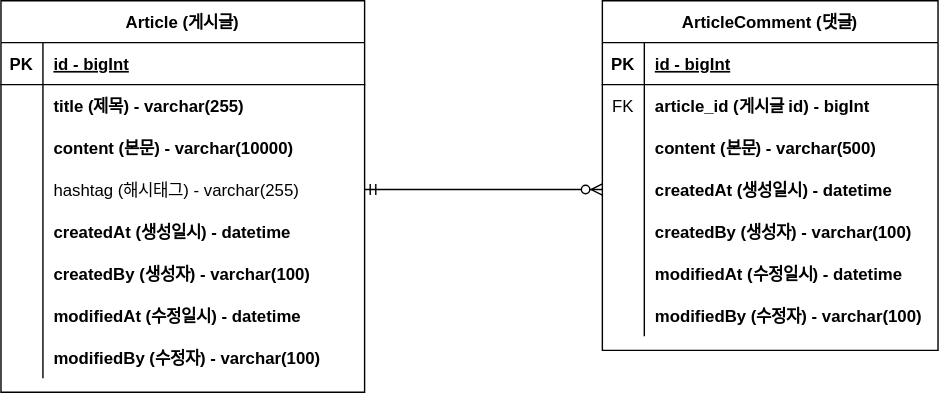
The draw.io diagram document/project-board-erd.drawio.svg in ellaCoo/project-board-fc, before a commit. Source tidied: cells renumbered, new cells last; positions are measured from the earlier drawing's top-left corner, leaving out a move shared by most shapes.
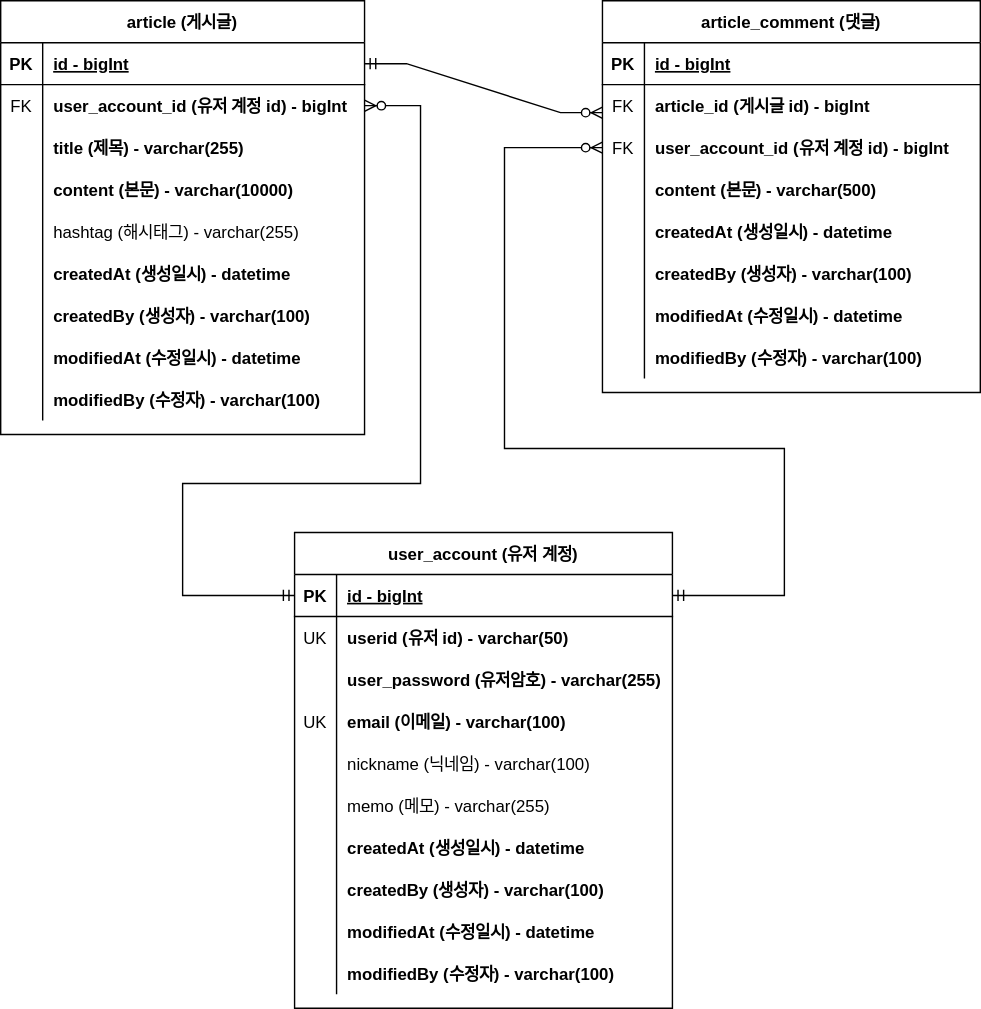
The same diagram one commit later.

Commit message:
#33 - erd 업데이트: 회원 계정 도메인의 이메일에 유니크 키 추가

What changed in the source:
```diff
@@ -4,4 +4,4 @@
     <mxCell id="1" parent="0" />
-    <mxCell id="2" value="Article (게시글)" style="shape=table;startSize=30;rowLines=0;fontStyle=1;align=center;" parent="1" vertex="1">
-      <mxGeometry width="260" height="280" as="geometry" />
+    <mxCell id="2" value="article (게시글)" style="shape=table;startSize=30;rowLines=0;fontStyle=1;align=center;" parent="1" vertex="1">
+      <mxGeometry width="260" height="310" as="geometry" />
     </mxCell>
@@ -19,10 +19,19 @@
     </mxCell>
-    <mxCell id="7" style="shape=partialRectangle;overflow=hidden;fillColor=none;top=0;left=0;bottom=0;right=0;" parent="6" vertex="1">
+    <mxCell id="7" value="FK" style="shape=partialRectangle;overflow=hidden;fillColor=none;top=0;left=0;bottom=0;right=0;" parent="6" vertex="1">
       <mxGeometry width="30" height="30" as="geometry" />
     </mxCell>
-    <mxCell id="8" value="title (제목) - varchar(255)" style="shape=partialRectangle;overflow=hidden;fillColor=none;top=0;left=0;bottom=0;right=0;align=left;spacingLeft=6;fontStyle=1;" parent="6" vertex="1">
+    <mxCell id="8" value="user_account_id (유저 계정 id) - bigInt" style="shape=partialRectangle;overflow=hidden;fillColor=none;top=0;left=0;bottom=0;right=0;align=left;spacingLeft=6;fontStyle=1;" parent="6" vertex="1">
       <mxGeometry x="30" width="230" height="30" as="geometry" />
     </mxCell>
+    <mxCell id="50" style="shape=partialRectangle;fillColor=none;top=0;left=0;right=0;bottom=0;" parent="2" vertex="1">
+      <mxGeometry y="90" width="260" height="30" as="geometry" />
+    </mxCell>
+    <mxCell id="51" style="shape=partialRectangle;overflow=hidden;fillColor=none;top=0;left=0;bottom=0;right=0;" parent="50" vertex="1">
+      <mxGeometry width="30" height="30" as="geometry" />
+    </mxCell>
+    <mxCell id="52" value="title (제목) - varchar(255)" style="shape=partialRectangle;overflow=hidden;fillColor=none;top=0;left=0;bottom=0;right=0;align=left;spacingLeft=6;fontStyle=1;" parent="50" vertex="1">
+      <mxGeometry x="30" width="230" height="30" as="geometry" />
+    </mxCell>
     <mxCell id="9" style="shape=partialRectangle;fillColor=none;top=0;left=0;right=0;bottom=0;" parent="2" vertex="1">
-      <mxGeometry y="90" width="260" height="30" as="geometry" />
+      <mxGeometry y="120" width="260" height="30" as="geometry" />
     </mxCell>
@@ -35,3 +44,3 @@
     <mxCell id="12" style="shape=partialRectangle;fillColor=none;points=[[0,0.5],[1,0.5]];portConstraint=eastwest;top=0;left=0;right=0;bottom=0;" parent="2" vertex="1">
-      <mxGeometry y="120" width="260" height="30" as="geometry" />
+      <mxGeometry y="150" width="260" height="30" as="geometry" />
     </mxCell>
@@ -44,3 +53,3 @@
     <mxCell id="15" style="shape=partialRectangle;fillColor=none;top=0;left=0;right=0;bottom=0;" parent="2" vertex="1">
-      <mxGeometry y="150" width="260" height="30" as="geometry" />
+      <mxGeometry y="180" width="260" height="30" as="geometry" />
     </mxCell>
@@ -53,3 +62,3 @@
     <mxCell id="18" style="shape=partialRectangle;fillColor=none;top=0;left=0;right=0;bottom=0;" parent="2" vertex="1">
-      <mxGeometry y="180" width="260" height="30" as="geometry" />
+      <mxGeometry y="210" width="260" height="30" as="geometry" />
     </mxCell>
@@ -62,3 +71,3 @@
     <mxCell id="21" style="shape=partialRectangle;fillColor=none;top=0;left=0;right=0;bottom=0;" parent="2" vertex="1">
-      <mxGeometry y="210" width="260" height="30" as="geometry" />
+      <mxGeometry y="240" width="260" height="30" as="geometry" />
     </mxCell>
@@ -71,3 +80,3 @@
     <mxCell id="24" style="shape=partialRectangle;fillColor=none;top=0;left=0;right=0;bottom=0;" parent="2" vertex="1">
-      <mxGeometry y="240" width="260" height="30" as="geometry" />
+      <mxGeometry y="270" width="260" height="30" as="geometry" />
     </mxCell>
@@ -79,7 +88,7 @@
     </mxCell>
-    <mxCell id="27" value="ArticleComment (댓글)" style="shape=table;startSize=30;rowLines=0;fontStyle=1;align=center;" parent="1" vertex="1">
-      <mxGeometry x="430" width="240" height="250" as="geometry" />
+    <mxCell id="27" value="article_comment (댓글)" style="shape=table;startSize=30;rowLines=0;fontStyle=1;align=center;" parent="1" vertex="1">
+      <mxGeometry x="430" width="270" height="280" as="geometry" />
     </mxCell>
     <mxCell id="28" style="shape=partialRectangle;fillColor=none;top=0;left=0;right=0;bottom=1;" parent="27" vertex="1">
-      <mxGeometry y="30" width="240" height="30" as="geometry" />
+      <mxGeometry y="30" width="270" height="30" as="geometry" />
     </mxCell>
@@ -89,6 +98,6 @@
     <mxCell id="30" value="id - bigInt" style="shape=partialRectangle;overflow=hidden;fillColor=none;top=0;left=0;bottom=0;right=0;align=left;spacingLeft=6;fontStyle=5;" parent="28" vertex="1">
-      <mxGeometry x="30" width="210" height="30" as="geometry" />
+      <mxGeometry x="30" width="240" height="30" as="geometry" />
     </mxCell>
     <mxCell id="31" style="shape=partialRectangle;fillColor=none;top=0;left=0;right=0;bottom=0;" parent="27" vertex="1">
-      <mxGeometry y="60" width="240" height="30" as="geometry" />
+      <mxGeometry y="60" width="270" height="30" as="geometry" />
     </mxCell>
@@ -98,6 +107,15 @@
     <mxCell id="33" value="article_id (게시글 id) - bigInt" style="shape=partialRectangle;overflow=hidden;fillColor=none;top=0;left=0;bottom=0;right=0;align=left;spacingLeft=6;fontStyle=1;" parent="31" vertex="1">
-      <mxGeometry x="30" width="210" height="30" as="geometry" />
+      <mxGeometry x="30" width="240" height="30" as="geometry" />
     </mxCell>
+    <mxCell id="53" style="shape=partialRectangle;fillColor=none;points=[[0,0.5],[1,0.5]];portConstraint=eastwest;top=0;left=0;right=0;bottom=0;" parent="27" vertex="1">
+      <mxGeometry y="90" width="270" height="30" as="geometry" />
+    </mxCell>
+    <mxCell id="54" value="FK" style="shape=partialRectangle;overflow=hidden;fillColor=none;top=0;left=0;bottom=0;right=0;" parent="53" vertex="1">
+      <mxGeometry width="30" height="30" as="geometry" />
+    </mxCell>
+    <mxCell id="55" value="user_account_id (유저 계정 id) - bigInt" style="shape=partialRectangle;overflow=hidden;fillColor=none;top=0;left=0;bottom=0;right=0;align=left;spacingLeft=6;fontStyle=1;" parent="53" vertex="1">
+      <mxGeometry x="30" width="240" height="30" as="geometry" />
+    </mxCell>
     <mxCell id="34" style="shape=partialRectangle;fillColor=none;top=0;left=0;right=0;bottom=0;" parent="27" vertex="1">
-      <mxGeometry y="90" width="240" height="30" as="geometry" />
+      <mxGeometry y="120" width="270" height="30" as="geometry" />
     </mxCell>
@@ -107,6 +125,6 @@
     <mxCell id="36" value="content (본문) - varchar(500)" style="shape=partialRectangle;overflow=hidden;fillColor=none;top=0;left=0;bottom=0;right=0;align=left;spacingLeft=6;fontStyle=1;" parent="34" vertex="1">
-      <mxGeometry x="30" width="210" height="30" as="geometry" />
+      <mxGeometry x="30" width="240" height="30" as="geometry" />
     </mxCell>
     <mxCell id="37" style="shape=partialRectangle;fillColor=none;points=[[0,0.5],[1,0.5]];portConstraint=eastwest;top=0;left=0;right=0;bottom=0;" parent="27" vertex="1">
-      <mxGeometry y="120" width="240" height="30" as="geometry" />
+      <mxGeometry y="150" width="270" height="30" as="geometry" />
     </mxCell>
@@ -116,6 +134,6 @@
     <mxCell id="39" value="createdAt (생성일시) - datetime" style="shape=partialRectangle;overflow=hidden;fillColor=none;top=0;left=0;bottom=0;right=0;align=left;spacingLeft=6;fontStyle=1;" parent="37" vertex="1">
-      <mxGeometry x="30" width="210" height="30" as="geometry" />
+      <mxGeometry x="30" width="240" height="30" as="geometry" />
     </mxCell>
     <mxCell id="40" style="shape=partialRectangle;fillColor=none;top=0;left=0;right=0;bottom=0;" parent="27" vertex="1">
-      <mxGeometry y="150" width="240" height="30" as="geometry" />
+      <mxGeometry y="180" width="270" height="30" as="geometry" />
     </mxCell>
@@ -125,6 +143,6 @@
     <mxCell id="42" value="createdBy (생성자) - varchar(100)" style="shape=partialRectangle;overflow=hidden;fillColor=none;top=0;left=0;bottom=0;right=0;align=left;spacingLeft=6;fontStyle=1;" parent="40" vertex="1">
-      <mxGeometry x="30" width="210" height="30" as="geometry" />
+      <mxGeometry x="30" width="240" height="30" as="geometry" />
     </mxCell>
     <mxCell id="43" style="shape=partialRectangle;fillColor=none;top=0;left=0;right=0;bottom=0;" parent="27" vertex="1">
-      <mxGeometry y="180" width="240" height="30" as="geometry" />
+      <mxGeometry y="210" width="270" height="30" as="geometry" />
     </mxCell>
@@ -134,6 +152,6 @@
     <mxCell id="45" value="modifiedAt (수정일시) - datetime" style="shape=partialRectangle;overflow=hidden;fillColor=none;top=0;left=0;bottom=0;right=0;align=left;spacingLeft=6;fontStyle=1;" parent="43" vertex="1">
-      <mxGeometry x="30" width="210" height="30" as="geometry" />
+      <mxGeometry x="30" width="240" height="30" as="geometry" />
     </mxCell>
     <mxCell id="46" style="shape=partialRectangle;fillColor=none;top=0;left=0;right=0;bottom=0;" parent="27" vertex="1">
-      <mxGeometry y="210" width="240" height="30" as="geometry" />
+      <mxGeometry y="240" width="270" height="30" as="geometry" />
     </mxCell>
@@ -143,9 +161,10 @@
     <mxCell id="48" value="modifiedBy (수정자) - varchar(100)" style="shape=partialRectangle;overflow=hidden;fillColor=none;top=0;left=0;bottom=0;right=0;align=left;spacingLeft=6;fontStyle=1;" parent="46" vertex="1">
-      <mxGeometry x="30" width="210" height="30" as="geometry" />
+      <mxGeometry x="30" width="240" height="30" as="geometry" />
     </mxCell>
-    <mxCell id="49" style="edgeStyle=entityRelationEdgeStyle;fontSize=12;html=1;endArrow=ERzeroToMany;startArrow=ERmandOne;rounded=0;exitX=1;exitY=0.5;exitDx=0;exitDy=0;entryX=0;entryY=0.5;entryDx=0;entryDy=0;" parent="1" edge="1" source="12" target="37">
+    <mxCell id="49" style="edgeStyle=entityRelationEdgeStyle;fontSize=12;html=1;endArrow=ERzeroToMany;startArrow=ERmandOne;rounded=0;exitX=1;exitY=0.5;exitDx=0;exitDy=0;entryX=0;entryY=0.5;entryDx=0;entryDy=0;" parent="1" edge="1" source="3">
       <mxGeometry relative="1" as="geometry">
+        <mxPoint x="430" y="80" as="targetPoint" />
         <Array as="points">
-          <mxPoint x="430" y="135" />
-          <mxPoint x="430" y="200" />
+          <mxPoint x="430" y="50" />
+          <mxPoint x="430" y="115" />
         </Array>
@@ -153,2 +172,115 @@
     </mxCell>
+    <mxCell id="56" value="user_account (유저 계정)" style="shape=table;startSize=30;rowLines=0;fontStyle=1;align=center;" parent="1" vertex="1">
+      <mxGeometry x="210" y="380" width="270" height="340" as="geometry" />
+    </mxCell>
+    <mxCell id="57" style="shape=partialRectangle;fillColor=none;points=[[0,0.5],[1,0.5]];portConstraint=eastwest;top=0;left=0;right=0;bottom=1;" parent="56" vertex="1">
+      <mxGeometry y="30" width="270" height="30" as="geometry" />
+    </mxCell>
+    <mxCell id="58" value="PK" style="shape=partialRectangle;overflow=hidden;fillColor=none;top=0;left=0;bottom=0;right=0;fontStyle=1;" parent="57" vertex="1">
+      <mxGeometry width="30" height="30" as="geometry" />
+    </mxCell>
+    <mxCell id="59" value="id - bigInt" style="shape=partialRectangle;overflow=hidden;fillColor=none;top=0;left=0;bottom=0;right=0;align=left;spacingLeft=6;fontStyle=5;" parent="57" vertex="1">
+      <mxGeometry x="30" width="240" height="30" as="geometry" />
+    </mxCell>
+    <mxCell id="60" style="shape=partialRectangle;fillColor=none;top=0;left=0;right=0;bottom=0;" parent="56" vertex="1">
+      <mxGeometry y="60" width="270" height="30" as="geometry" />
+    </mxCell>
+    <mxCell id="61" value="UK" style="shape=partialRectangle;overflow=hidden;fillColor=none;top=0;left=0;bottom=0;right=0;" parent="60" vertex="1">
+      <mxGeometry width="30" height="30" as="geometry" />
+    </mxCell>
+    <mxCell id="62" value="userid (유저 id) - varchar(50)" style="shape=partialRectangle;overflow=hidden;fillColor=none;top=0;left=0;bottom=0;right=0;align=left;spacingLeft=6;fontStyle=1;" parent="60" vertex="1">
+      <mxGeometry x="30" width="240" height="30" as="geometry" />
+    </mxCell>
+    <mxCell id="63" style="shape=partialRectangle;fillColor=none;top=0;left=0;right=0;bottom=0;" parent="56" vertex="1">
+      <mxGeometry y="90" width="270" height="30" as="geometry" />
+    </mxCell>
+    <mxCell id="64" style="shape=partialRectangle;overflow=hidden;fillColor=none;top=0;left=0;bottom=0;right=0;" parent="63" vertex="1">
+      <mxGeometry width="30" height="30" as="geometry" />
+    </mxCell>
+    <mxCell id="65" value="user_password (유저암호) - varchar(255)" style="shape=partialRectangle;overflow=hidden;fillColor=none;top=0;left=0;bottom=0;right=0;align=left;spacingLeft=6;fontStyle=1;" parent="63" vertex="1">
+      <mxGeometry x="30" width="240" height="30" as="geometry" />
+    </mxCell>
+    <mxCell id="66" style="shape=partialRectangle;fillColor=none;top=0;left=0;right=0;bottom=0;" parent="56" vertex="1">
+      <mxGeometry y="120" width="270" height="30" as="geometry" />
+    </mxCell>
+    <mxCell id="67" value="UK" style="shape=partialRectangle;overflow=hidden;fillColor=none;top=0;left=0;bottom=0;right=0;" parent="66" vertex="1">
+      <mxGeometry width="30" height="30" as="geometry" />
+    </mxCell>
+    <mxCell id="68" value="email (이메일) - varchar(100)" style="shape=partialRectangle;overflow=hidden;fillColor=none;top=0;left=0;bottom=0;right=0;align=left;spacingLeft=6;fontStyle=1;" parent="66" vertex="1">
+      <mxGeometry x="30" width="240" height="30" as="geometry" />
+    </mxCell>
+    <mxCell id="69" style="shape=partialRectangle;fillColor=none;top=0;left=0;right=0;bottom=0;" parent="56" vertex="1">
+      <mxGeometry y="150" width="270" height="30" as="geometry" />
+    </mxCell>
+    <mxCell id="70" style="shape=partialRectangle;overflow=hidden;fillColor=none;top=0;left=0;bottom=0;right=0;" parent="69" vertex="1">
+      <mxGeometry width="30" height="30" as="geometry" />
+    </mxCell>
+    <mxCell id="71" value="nickname (닉네임) - varchar(100)" style="shape=partialRectangle;overflow=hidden;fillColor=none;top=0;left=0;bottom=0;right=0;align=left;spacingLeft=6;fontStyle=0;" parent="69" vertex="1">
+      <mxGeometry x="30" width="240" height="30" as="geometry" />
+    </mxCell>
+    <mxCell id="72" style="shape=partialRectangle;fillColor=none;top=0;left=0;right=0;bottom=0;" parent="56" vertex="1">
+      <mxGeometry y="180" width="270" height="30" as="geometry" />
+    </mxCell>
+    <mxCell id="73" style="shape=partialRectangle;overflow=hidden;fillColor=none;top=0;left=0;bottom=0;right=0;" parent="72" vertex="1">
+      <mxGeometry width="30" height="30" as="geometry" />
+    </mxCell>
+    <mxCell id="74" value="memo (메모) - varchar(255)" style="shape=partialRectangle;overflow=hidden;fillColor=none;top=0;left=0;bottom=0;right=0;align=left;spacingLeft=6;fontStyle=0;" parent="72" vertex="1">
+      <mxGeometry x="30" width="240" height="30" as="geometry" />
+    </mxCell>
+    <mxCell id="75" style="shape=partialRectangle;fillColor=none;top=0;left=0;right=0;bottom=0;" parent="56" vertex="1">
+      <mxGeometry y="210" width="270" height="30" as="geometry" />
+    </mxCell>
+    <mxCell id="76" style="shape=partialRectangle;overflow=hidden;fillColor=none;top=0;left=0;bottom=0;right=0;" parent="75" vertex="1">
+      <mxGeometry width="30" height="30" as="geometry" />
+    </mxCell>
+    <mxCell id="77" value="createdAt (생성일시) - datetime" style="shape=partialRectangle;overflow=hidden;fillColor=none;top=0;left=0;bottom=0;right=0;align=left;spacingLeft=6;fontStyle=1;" parent="75" vertex="1">
+      <mxGeometry x="30" width="240" height="30" as="geometry" />
+    </mxCell>
+    <mxCell id="78" style="shape=partialRectangle;fillColor=none;top=0;left=0;right=0;bottom=0;" parent="56" vertex="1">
+      <mxGeometry y="240" width="270" height="30" as="geometry" />
+    </mxCell>
+    <mxCell id="79" value="    " style="shape=partialRectangle;overflow=hidden;fillColor=none;top=0;left=0;bottom=0;right=0;" parent="78" vertex="1">
+      <mxGeometry width="30" height="30" as="geometry" />
+    </mxCell>
+    <mxCell id="80" value="createdBy (생성자) - varchar(100)" style="shape=partialRectangle;overflow=hidden;fillColor=none;top=0;left=0;bottom=0;right=0;align=left;spacingLeft=6;fontStyle=1;" parent="78" vertex="1">
+      <mxGeometry x="30" width="240" height="30" as="geometry" />
+    </mxCell>
+    <mxCell id="81" style="shape=partialRectangle;fillColor=none;top=0;left=0;right=0;bottom=0;" parent="56" vertex="1">
+      <mxGeometry y="270" width="270" height="30" as="geometry" />
+    </mxCell>
+    <mxCell id="82" value="    " style="shape=partialRectangle;overflow=hidden;fillColor=none;top=0;left=0;bottom=0;right=0;" parent="81" vertex="1">
+      <mxGeometry width="30" height="30" as="geometry" />
+    </mxCell>
+    <mxCell id="83" value="modifiedAt (수정일시) - datetime" style="shape=partialRectangle;overflow=hidden;fillColor=none;top=0;left=0;bottom=0;right=0;align=left;spacingLeft=6;fontStyle=1;" parent="81" vertex="1">
+      <mxGeometry x="30" width="240" height="30" as="geometry" />
+    </mxCell>
+    <mxCell id="84" style="shape=partialRectangle;fillColor=none;top=0;left=0;right=0;bottom=0;" parent="56" vertex="1">
+      <mxGeometry y="300" width="270" height="30" as="geometry" />
+    </mxCell>
+    <mxCell id="85" value="    " style="shape=partialRectangle;overflow=hidden;fillColor=none;top=0;left=0;bottom=0;right=0;" parent="84" vertex="1">
+      <mxGeometry width="30" height="30" as="geometry" />
+    </mxCell>
+    <mxCell id="86" value="modifiedBy (수정자) - varchar(100)" style="shape=partialRectangle;overflow=hidden;fillColor=none;top=0;left=0;bottom=0;right=0;align=left;spacingLeft=6;fontStyle=1;" parent="84" vertex="1">
+      <mxGeometry x="30" width="240" height="30" as="geometry" />
+    </mxCell>
+    <mxCell id="87" style="edgeStyle=orthogonalEdgeStyle;fontSize=12;html=1;endArrow=ERzeroToMany;startArrow=ERmandOne;rounded=0;entryX=0;entryY=0.5;entryDx=0;entryDy=0;exitX=1;exitY=0.5;exitDx=0;exitDy=0;" parent="1" edge="1" source="57" target="53">
+      <mxGeometry relative="1" as="geometry">
+        <Array as="points">
+          <mxPoint x="560" y="425" />
+          <mxPoint x="560" y="320" />
+          <mxPoint x="360" y="320" />
+          <mxPoint x="360" y="105" />
+        </Array>
+      </mxGeometry>
+    </mxCell>
+    <mxCell id="88" style="edgeStyle=orthogonalEdgeStyle;fontSize=12;html=1;endArrow=ERzeroToMany;startArrow=ERmandOne;rounded=0;entryX=1;entryY=0.5;entryDx=0;entryDy=0;exitX=0;exitY=0.5;exitDx=0;exitDy=0;" parent="1" edge="1" source="57" target="6">
+      <mxGeometry relative="1" as="geometry">
+        <Array as="points">
+          <mxPoint x="130" y="425" />
+          <mxPoint x="130" y="345" />
+          <mxPoint x="300" y="345" />
+          <mxPoint x="300" y="75" />
+        </Array>
+      </mxGeometry>
+    </mxCell>
   </root>
```
